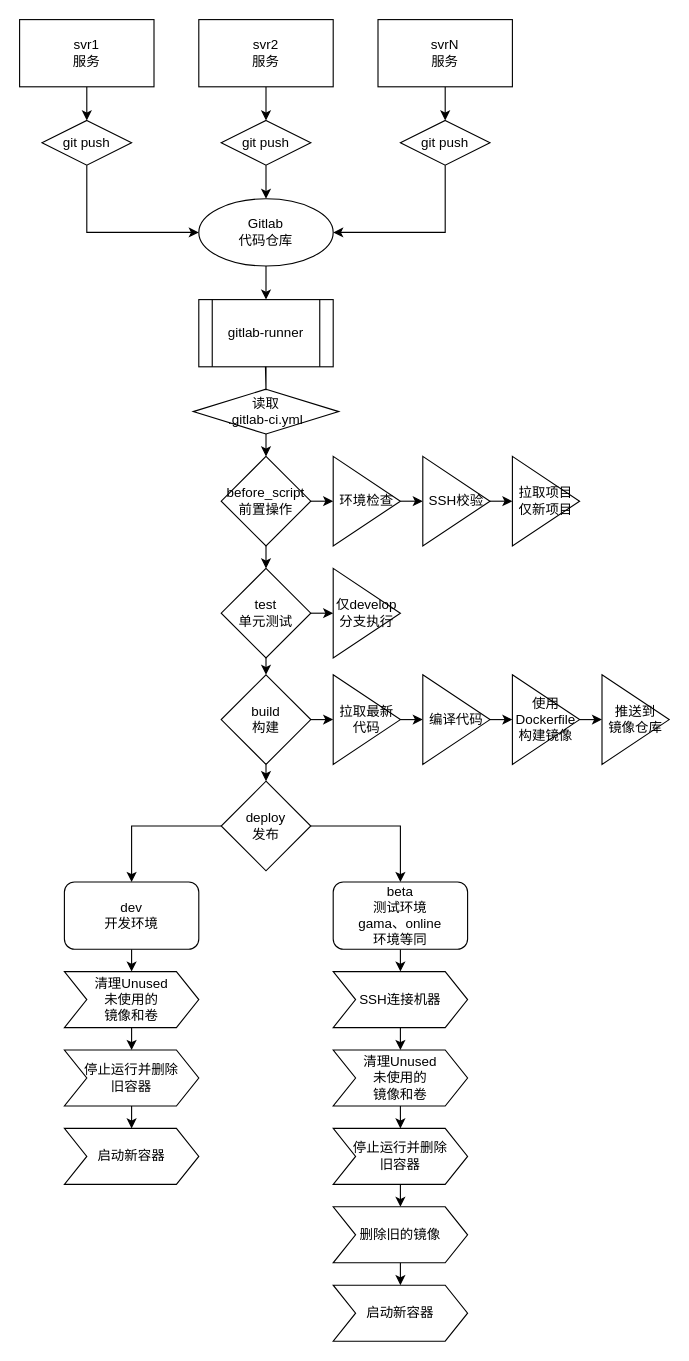
tedlz/draw.io keeps this draw.io diagram as backend.drawio. Above is the earlier version. Source tidied: cells renumbered, new cells numbered last; positions are measured from the earlier drawing's top-left corner, leaving out a move shared by most shapes. Both pictures are drawn from the tidied source at 112%, with x=0, y=0 at pixel (19, 19).
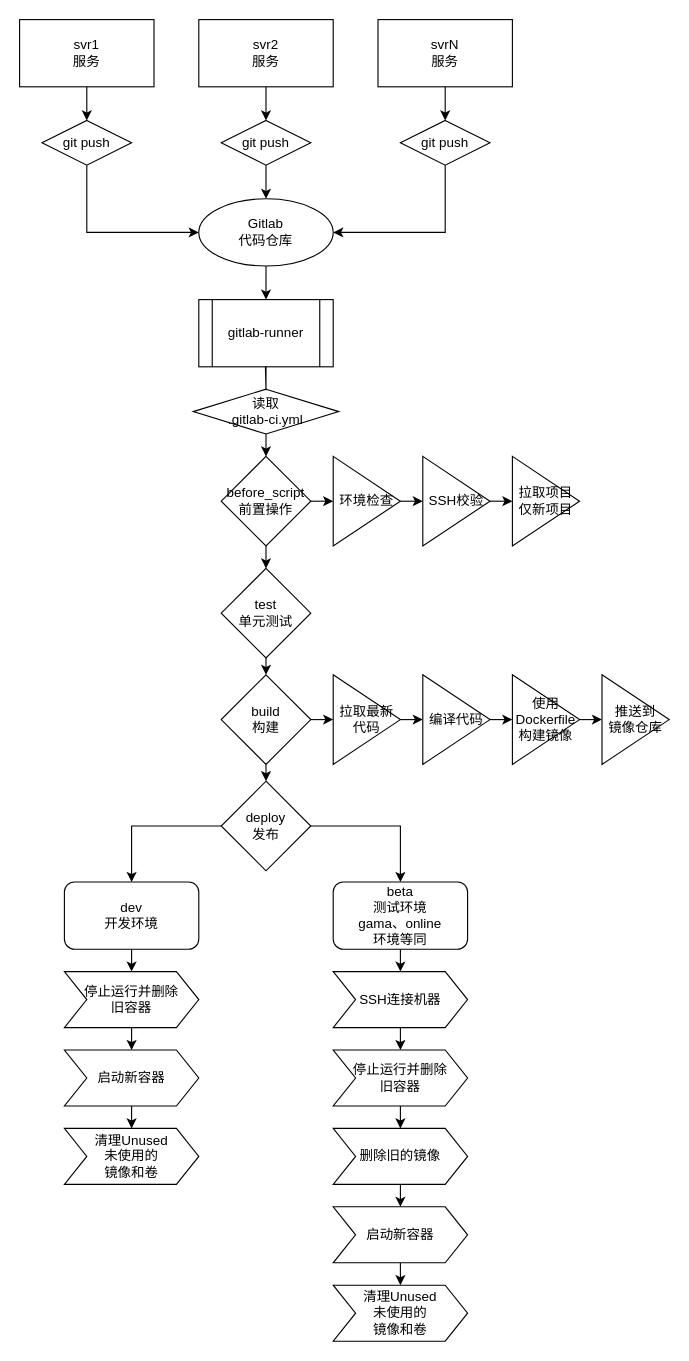
The same diagram, later.

Unchanged cells that the change refers to:
```xml
<mxCell id="20" value="test&lt;br&gt;单元测试" style="rhombus;whiteSpace=wrap;html=1;" parent="1" vertex="1">
  <mxGeometry x="180" y="490" width="80" height="80" as="geometry" />
</mxCell>
<mxCell id="45" value="dev&lt;br&gt;开发环境" style="rounded=1;whiteSpace=wrap;html=1;" parent="1" vertex="1">
  <mxGeometry x="40" y="770" width="120" height="60" as="geometry" />
</mxCell>
<mxCell id="53" value="SSH连接机器" style="shape=step;perimeter=stepPerimeter;whiteSpace=wrap;html=1;fixedSize=1;" parent="1" vertex="1">
  <mxGeometry x="280" y="850" width="120" height="50" as="geometry" />
</mxCell>
```

Diff of the diagram source:
```diff
@@
-    <mxCell id="19" style="edgeStyle=orthogonalEdgeStyle;rounded=0;jettySize=auto;html=1;exitX=1;exitY=0.5;exitDx=0;exitDy=0;" parent="1" edge="1" source="20">
-      <mxGeometry relative="1" as="geometry">
-        <mxPoint x="280" y="530" as="targetPoint" />
-      </mxGeometry>
-    </mxCell>
@@
-    <mxCell id="38" value="仅develop分支执行" style="triangle;whiteSpace=wrap;html=1;" parent="1" vertex="1">
-      <mxGeometry x="280" y="490" width="60" height="80" as="geometry" />
-    </mxCell>
@@
-    <mxCell id="44" style="edgeStyle=orthogonalEdgeStyle;rounded=0;jettySize=auto;html=1;exitX=0.5;exitY=1;exitDx=0;exitDy=0;" parent="1" edge="1" source="45">
+    <mxCell id="44" style="edgeStyle=orthogonalEdgeStyle;rounded=0;orthogonalLoop=1;jettySize=auto;html=1;exitX=0.5;exitY=1;exitDx=0;exitDy=0;" parent="1" edge="1">
       <mxGeometry relative="1" as="geometry">
-        <mxPoint x="100" y="850" as="targetPoint" />
+        <mxPoint x="100" y="970" as="sourcePoint" />
+        <mxPoint x="100" y="990" as="targetPoint" />
       </mxGeometry>
     </mxCell>
+    <mxCell id="64" style="edgeStyle=orthogonalEdgeStyle;rounded=0;jettySize=auto;html=1;exitX=0.5;exitY=1;exitDx=0;exitDy=0;entryX=0.5;entryY=0;entryDx=0;entryDy=0;" parent="1" edge="1" source="45" target="51">
+      <mxGeometry relative="1" as="geometry" />
+    </mxCell>
@@
-    <mxCell id="48" style="edgeStyle=orthogonalEdgeStyle;rounded=0;jettySize=auto;html=1;exitX=0.5;exitY=1;exitDx=0;exitDy=0;" parent="1" edge="1" source="49">
-      <mxGeometry relative="1" as="geometry">
-        <mxPoint x="100" y="920" as="targetPoint" />
-      </mxGeometry>
-    </mxCell>
     <mxCell id="49" value="清理Unused&lt;br&gt;未使用的&lt;br&gt;镜像和卷" style="shape=step;perimeter=stepPerimeter;whiteSpace=wrap;html=1;fixedSize=1;" parent="1" vertex="1">
-      <mxGeometry x="40" y="850" width="120" height="50" as="geometry" />
+      <mxGeometry x="40" y="990" width="120" height="50" as="geometry" />
     </mxCell>
@@
     <mxCell id="51" value="停止运行并删除&lt;br&gt;旧容器" style="shape=step;perimeter=stepPerimeter;whiteSpace=wrap;html=1;fixedSize=1;" parent="1" vertex="1">
-      <mxGeometry x="40" y="920" width="120" height="50" as="geometry" />
+      <mxGeometry x="40" y="850" width="120" height="50" as="geometry" />
     </mxCell>
     <mxCell id="52" value="启动新容器" style="shape=step;perimeter=stepPerimeter;whiteSpace=wrap;html=1;fixedSize=1;" parent="1" vertex="1">
-      <mxGeometry x="40" y="990" width="120" height="50" as="geometry" />
+      <mxGeometry x="40" y="920" width="120" height="50" as="geometry" />
     </mxCell>
+    <mxCell id="65" style="edgeStyle=orthogonalEdgeStyle;rounded=0;jettySize=auto;html=1;exitX=0.5;exitY=1;exitDx=0;exitDy=0;entryX=0.5;entryY=0;entryDx=0;entryDy=0;" parent="1" edge="1" source="53" target="58">
+      <mxGeometry relative="1" as="geometry" />
+    </mxCell>
@@
     <mxCell id="54" style="edgeStyle=orthogonalEdgeStyle;rounded=0;orthogonalLoop=1;jettySize=auto;html=1;exitX=0.5;exitY=1;exitDx=0;exitDy=0;" parent="1" edge="1">
       <mxGeometry relative="1" as="geometry">
-        <mxPoint x="340" y="900" as="sourcePoint" />
-        <mxPoint x="340" y="920" as="targetPoint" />
+        <mxPoint x="340" y="1110" as="sourcePoint" />
+        <mxPoint x="340" y="1130" as="targetPoint" />
       </mxGeometry>
     </mxCell>
-    <mxCell id="55" style="edgeStyle=orthogonalEdgeStyle;rounded=0;jettySize=auto;html=1;exitX=0.5;exitY=1;exitDx=0;exitDy=0;" parent="1" edge="1" source="56">
-      <mxGeometry relative="1" as="geometry">
-        <mxPoint x="340" y="990" as="targetPoint" />
-      </mxGeometry>
-    </mxCell>
     <mxCell id="56" value="清理Unused&lt;br&gt;未使用的&lt;br&gt;镜像和卷" style="shape=step;perimeter=stepPerimeter;whiteSpace=wrap;html=1;fixedSize=1;" parent="1" vertex="1">
-      <mxGeometry x="280" y="920" width="120" height="50" as="geometry" />
+      <mxGeometry x="280" y="1130" width="120" height="50" as="geometry" />
     </mxCell>
@@
     <mxCell id="58" value="停止运行并删除&lt;br&gt;旧容器" style="shape=step;perimeter=stepPerimeter;whiteSpace=wrap;html=1;fixedSize=1;" parent="1" vertex="1">
-      <mxGeometry x="280" y="990" width="120" height="50" as="geometry" />
+      <mxGeometry x="280" y="920" width="120" height="50" as="geometry" />
     </mxCell>
@@
     <mxCell id="60" value="删除旧的镜像" style="shape=step;perimeter=stepPerimeter;whiteSpace=wrap;html=1;fixedSize=1;" parent="1" vertex="1">
-      <mxGeometry x="280" y="1060" width="120" height="50" as="geometry" />
+      <mxGeometry x="280" y="990" width="120" height="50" as="geometry" />
     </mxCell>
     <mxCell id="61" value="启动新容器" style="shape=step;perimeter=stepPerimeter;whiteSpace=wrap;html=1;fixedSize=1;" parent="1" vertex="1">
-      <mxGeometry x="280" y="1130" width="120" height="50" as="geometry" />
+      <mxGeometry x="280" y="1060" width="120" height="50" as="geometry" />
     </mxCell>
```
